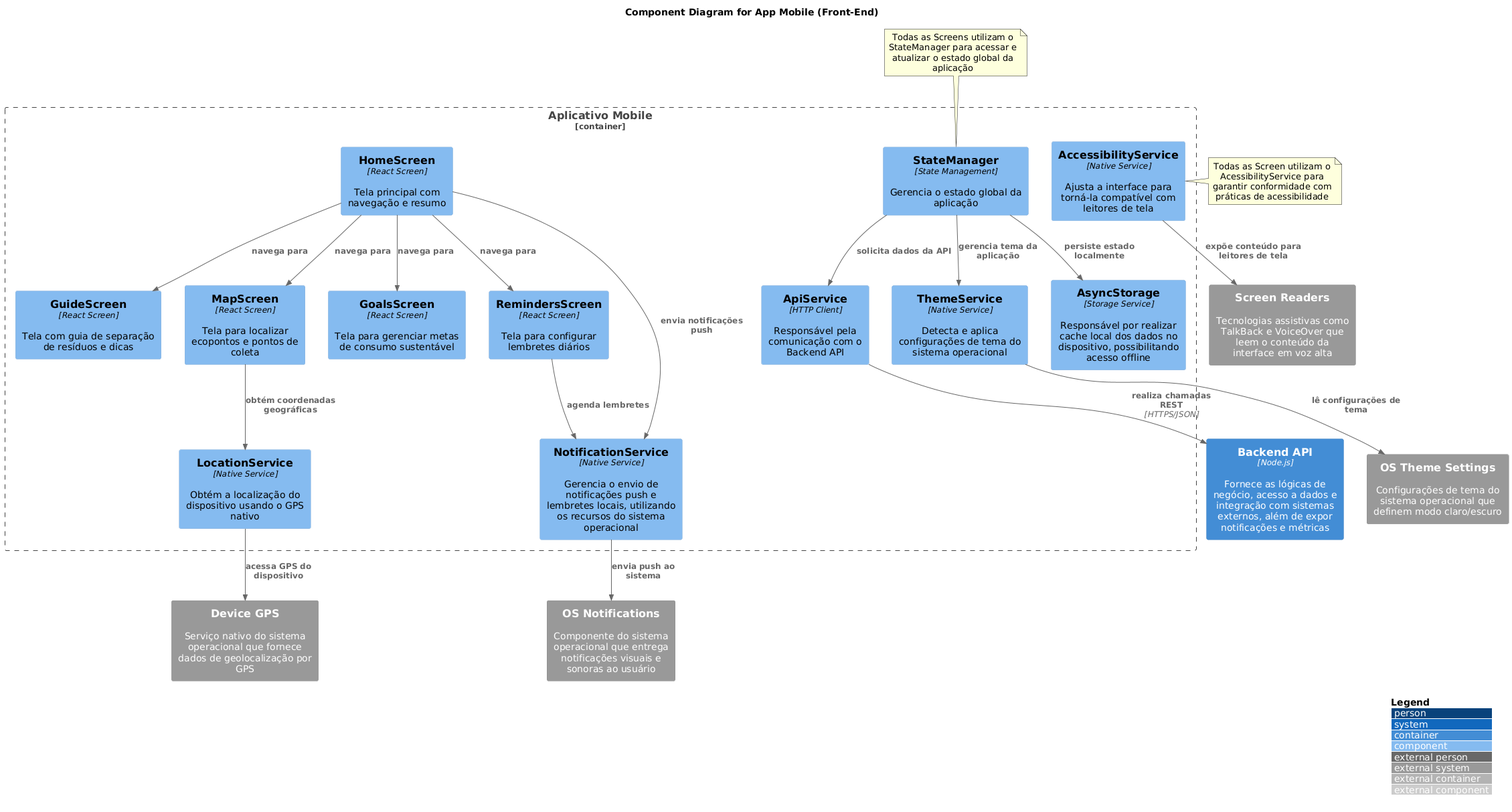
Before: trabalho_final/diagramas/imagens/frontend_components.png, a diagram exported from PlantUML (gilmarUFG/as_es_20251_g9).
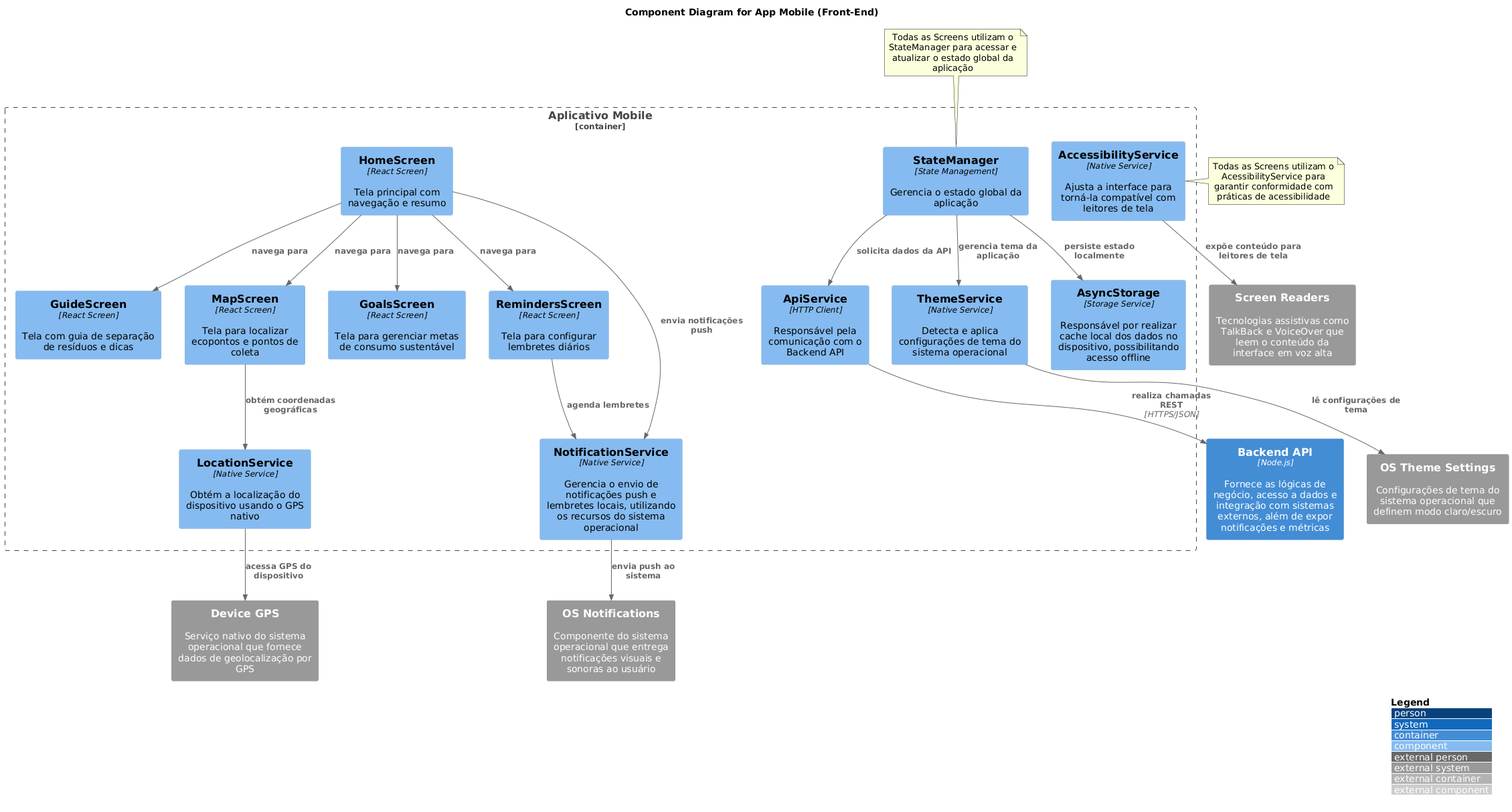
Later version of the same file.

Commit message:
Correcting mistake

The edit, as a diff of the source:
```diff
@@ -52,6 +52,6 @@
 end note
 
 note right of accessibilityService
-Todas as Screen utilizam o AcessibilityService para garantir conformidade com práticas de acessibilidade
+Todas as Screens utilizam o AcessibilityService para garantir conformidade com práticas de acessibilidade
 end note
 @enduml
```
